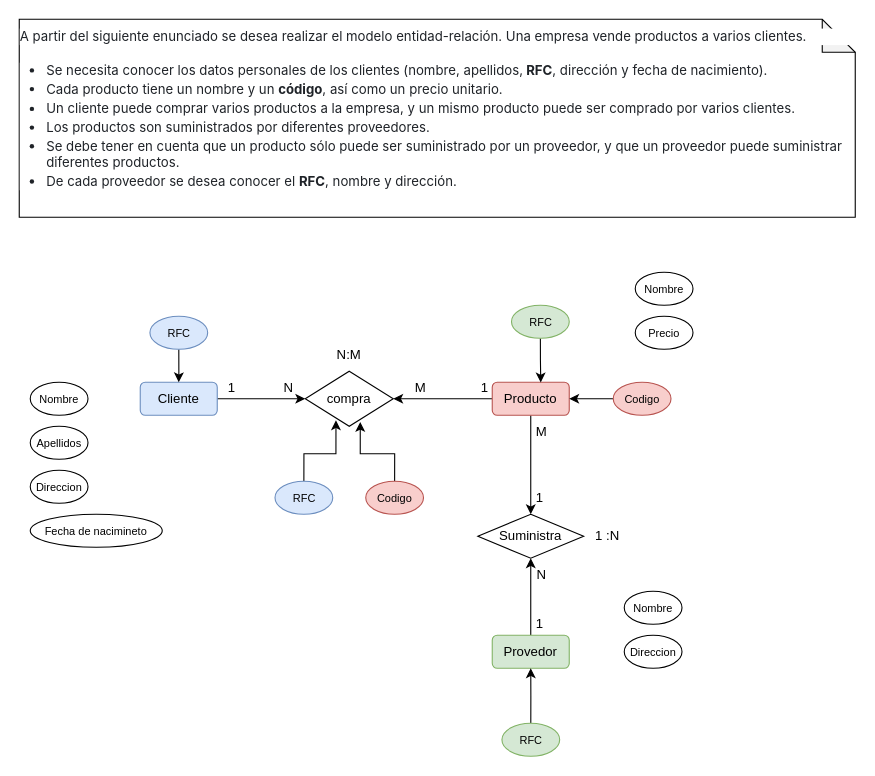
Above: Ejercicio 1.drawio in AndresitoUwO/Modelos_Entidad_Relacion (draw.io), before the change. Source tidied: cells renumbered, new cells numbered last; positions are measured from the earlier drawing's top-left corner, leaving out a move shared by most shapes. Both pictures are drawn from the tidied source at 110%, with x=0, y=0 at pixel (19, 19).
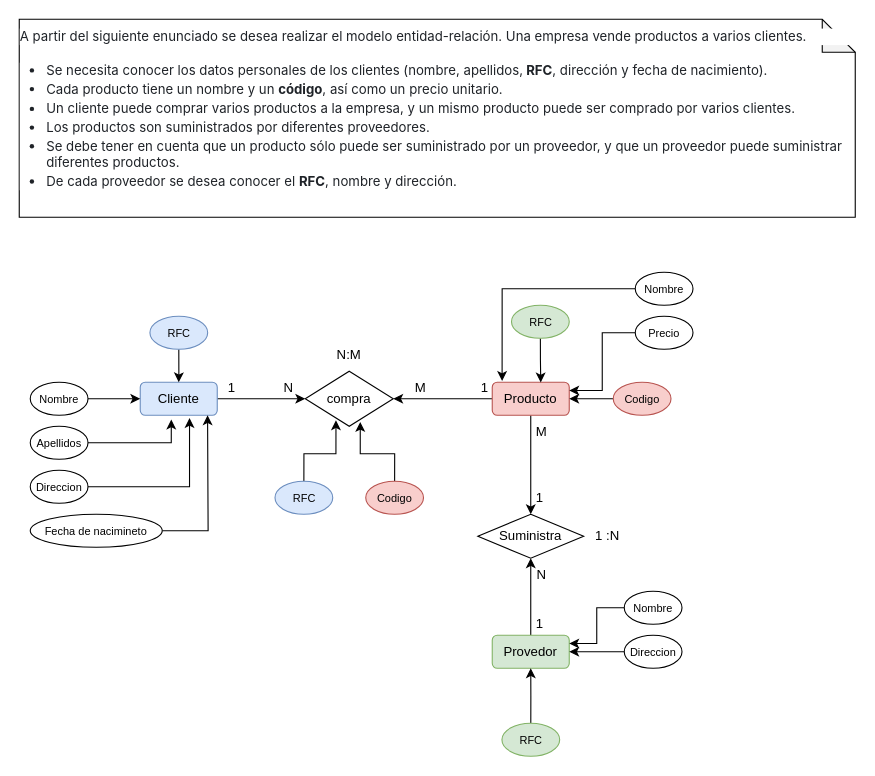
After the change.

Unchanged cells that the change refers to:
```xml
<mxCell id="3" value="Cliente" style="rounded=1;whiteSpace=wrap;html=1;fillColor=#dae8fc;strokeColor=#6c8ebf;" parent="1" vertex="1">
  <mxGeometry x="110" y="330" width="70" height="30" as="geometry" />
</mxCell>
<mxCell id="7" value="Producto" style="rounded=1;whiteSpace=wrap;html=1;fillColor=#f8cecc;strokeColor=#b85450;" parent="1" vertex="1">
  <mxGeometry x="430" y="330" width="70" height="30" as="geometry" />
</mxCell>
<mxCell id="9" value="Provedor" style="rounded=1;whiteSpace=wrap;html=1;fillColor=#d5e8d4;strokeColor=#82b366;" parent="1" vertex="1">
  <mxGeometry x="430" y="560" width="70" height="30" as="geometry" />
</mxCell>
<mxCell id="34" value="&lt;span style=&quot;font-size: 10px;&quot;&gt;Nombre&lt;/span&gt;" style="ellipse;whiteSpace=wrap;html=1;" parent="1" vertex="1">
  <mxGeometry x="10" y="330" width="52.5" height="30" as="geometry" />
</mxCell>
<mxCell id="35" value="&lt;span style=&quot;font-size: 10px;&quot;&gt;Apellidos&lt;/span&gt;" style="ellipse;whiteSpace=wrap;html=1;" parent="1" vertex="1">
  <mxGeometry x="10" y="370" width="52.5" height="30" as="geometry" />
</mxCell>
<mxCell id="36" value="&lt;span style=&quot;font-size: 10px;&quot;&gt;Direccion&lt;/span&gt;" style="ellipse;whiteSpace=wrap;html=1;" parent="1" vertex="1">
  <mxGeometry x="10" y="410" width="52.5" height="30" as="geometry" />
</mxCell>
<mxCell id="37" value="&lt;font style=&quot;font-size: 10px;&quot;&gt;Fecha de nacimineto&lt;/font&gt;" style="ellipse;whiteSpace=wrap;html=1;" parent="1" vertex="1">
  <mxGeometry x="10" y="450" width="120" height="30" as="geometry" />
</mxCell>
<mxCell id="38" value="&lt;span style=&quot;font-size: 10px;&quot;&gt;Nombre&lt;/span&gt;" style="ellipse;whiteSpace=wrap;html=1;" parent="1" vertex="1">
  <mxGeometry x="560" y="230" width="52.5" height="30" as="geometry" />
</mxCell>
<mxCell id="39" value="&lt;span style=&quot;font-size: 10px;&quot;&gt;Precio&lt;/span&gt;" style="ellipse;whiteSpace=wrap;html=1;" parent="1" vertex="1">
  <mxGeometry x="560" y="270" width="52.5" height="30" as="geometry" />
</mxCell>
<mxCell id="40" value="&lt;span style=&quot;font-size: 10px;&quot;&gt;Nombre&lt;/span&gt;" style="ellipse;whiteSpace=wrap;html=1;" parent="1" vertex="1">
  <mxGeometry x="550" y="520" width="52.5" height="30" as="geometry" />
</mxCell>
<mxCell id="41" value="&lt;span style=&quot;font-size: 10px;&quot;&gt;Direccion&lt;/span&gt;" style="ellipse;whiteSpace=wrap;html=1;" parent="1" vertex="1">
  <mxGeometry x="550" y="560" width="52.5" height="30" as="geometry" />
</mxCell>
```

The edit, as a diff of the source:
```diff
@@
+    <mxCell id="42" style="edgeStyle=orthogonalEdgeStyle;rounded=0;jettySize=auto;html=1;entryX=0;entryY=0.5;entryDx=0;entryDy=0;" parent="1" edge="1" source="34" target="3">
+      <mxGeometry relative="1" as="geometry" />
+    </mxCell>
@@
+    <mxCell id="43" style="edgeStyle=orthogonalEdgeStyle;rounded=0;jettySize=auto;html=1;entryX=0.403;entryY=1.132;entryDx=0;entryDy=0;entryPerimeter=0;" parent="1" edge="1" source="35" target="3">
+      <mxGeometry relative="1" as="geometry" />
+    </mxCell>
@@
+    <mxCell id="44" style="edgeStyle=orthogonalEdgeStyle;rounded=0;jettySize=auto;html=1;entryX=0.64;entryY=1.086;entryDx=0;entryDy=0;entryPerimeter=0;" parent="1" edge="1" source="36" target="3">
+      <mxGeometry relative="1" as="geometry" />
+    </mxCell>
@@
+    <mxCell id="45" style="edgeStyle=orthogonalEdgeStyle;rounded=0;jettySize=auto;html=1;entryX=0.916;entryY=1.086;entryDx=0;entryDy=0;entryPerimeter=0;exitX=1;exitY=0.5;exitDx=0;exitDy=0;" parent="1" edge="1" source="37">
+      <mxGeometry relative="1" as="geometry">
+        <mxPoint x="171.2" y="360" as="targetPoint" />
+      </mxGeometry>
+    </mxCell>
@@
+    <mxCell id="46" style="edgeStyle=orthogonalEdgeStyle;rounded=0;jettySize=auto;html=1;entryX=0.128;entryY=-0.04;entryDx=0;entryDy=0;entryPerimeter=0;" parent="1" edge="1" source="38" target="7">
+      <mxGeometry relative="1" as="geometry" />
+    </mxCell>
@@
+    <mxCell id="47" style="edgeStyle=orthogonalEdgeStyle;rounded=0;jettySize=auto;html=1;entryX=1;entryY=0.25;entryDx=0;entryDy=0;" parent="1" edge="1" source="39" target="7">
+      <mxGeometry relative="1" as="geometry" />
+    </mxCell>
@@
+    <mxCell id="48" style="edgeStyle=orthogonalEdgeStyle;rounded=0;jettySize=auto;html=1;entryX=1;entryY=0.25;entryDx=0;entryDy=0;" parent="1" edge="1" source="40" target="9">
+      <mxGeometry relative="1" as="geometry" />
+    </mxCell>
@@
+    <mxCell id="49" style="edgeStyle=orthogonalEdgeStyle;rounded=0;jettySize=auto;html=1;entryX=1;entryY=0.5;entryDx=0;entryDy=0;" parent="1" edge="1" source="41" target="9">
+      <mxGeometry relative="1" as="geometry" />
+    </mxCell>
```
